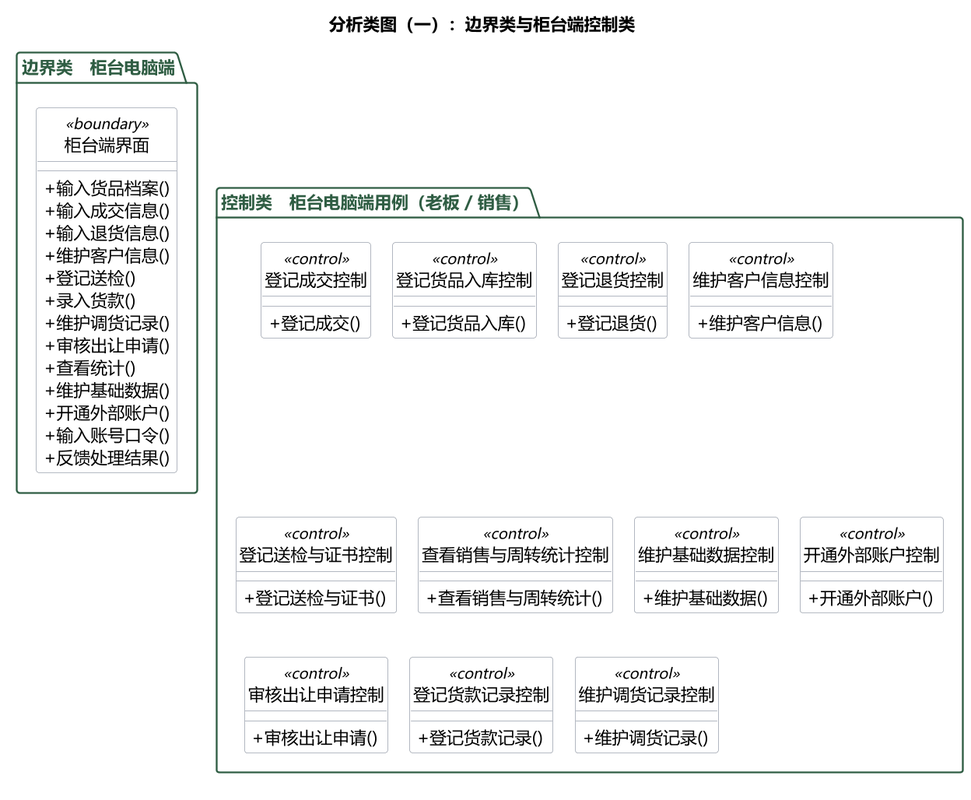
rosefinch55/jade-store-system keeps this PlantUML diagram as docs/figs/analysis/05a-boundary-control-class.png. Above is the earlier version. The source it was exported from:
```plantuml
@startuml
!pragma layout smetana
skinparam backgroundColor #FFFFFF
skinparam defaultFontName "Microsoft YaHei"
skinparam dpi 150
skinparam shadowing false
skinparam nodesep 14
skinparam ranksep 24
skinparam ArrowColor #374151
skinparam PackageBorderColor #2F5D43
skinparam PackageFontColor #2F5D43
skinparam classBorderColor #9CA3AF
skinparam classAttributeIconSize 0
hide circle
skinparam classBackgroundColor #FFFFFF

title 分析类图（一）：边界类与柜台端控制类


package "边界类　柜台电脑端" {
  class "柜台端界面" as B1 <<boundary>> {
    + 输入货品档案()
    + 输入成交信息()
    + 输入退货信息()
    + 维护客户信息()
    + 登记送检()
    + 录入货款()
    + 维护调货记录()
    + 审核出让申请()
    + 查看统计()
    + 维护基础数据()
    + 开通外部账户()
    + 输入账号口令()
    + 反馈处理结果()
  }
}

package "控制类　柜台电脑端用例（老板 / 销售）" {
  class "登记成交控制" as K01 <<control>> {
    + 登记成交()
  }
  class "登记货品入库控制" as K02 <<control>> {
    + 登记货品入库()
  }
  class "登记退货控制" as K03 <<control>> {
    + 登记退货()
  }
  class "维护客户信息控制" as K04 <<control>> {
    + 维护客户信息()
  }
  class "登记送检与证书控制" as K05 <<control>> {
    + 登记送检与证书()
  }
  class "查看销售与周转统计控制" as K06 <<control>> {
    + 查看销售与周转统计()
  }
  class "维护基础数据控制" as K07 <<control>> {
    + 维护基础数据()
  }
  class "开通外部账户控制" as K12 <<control>> {
    + 开通外部账户()
  }
  class "审核出让申请控制" as K18 <<control>> {
    + 审核出让申请()
  }
  class "登记货款记录控制" as K19 <<control>> {
    + 登记货款记录()
  }
  class "维护调货记录控制" as K20 <<control>> {
    + 维护调货记录()
  }
}
@enduml
```
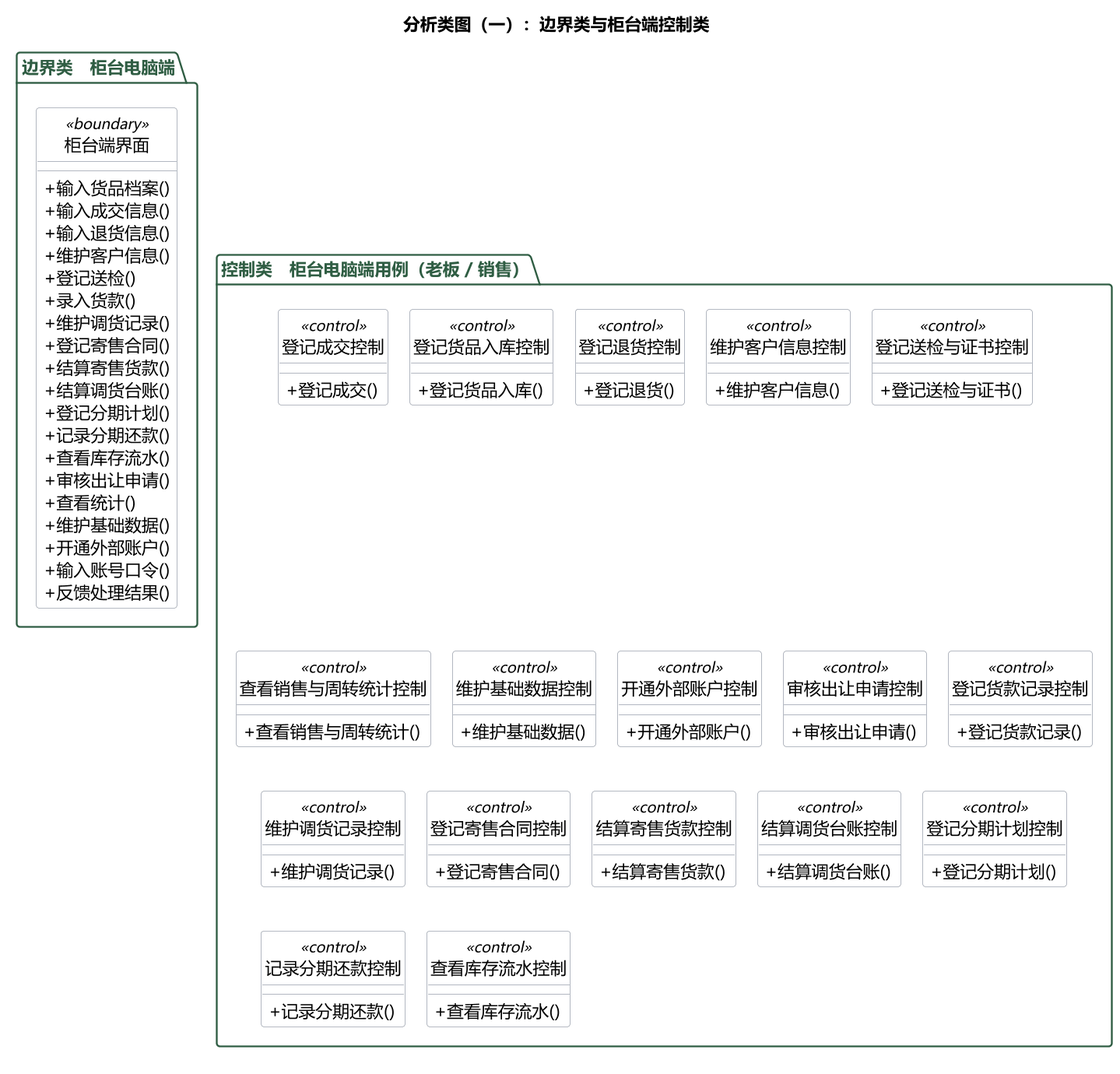
The same diagram one commit later.

Diff of the diagram source:
```diff
@@ -26,6 +26,12 @@
     + 登记送检()
     + 录入货款()
     + 维护调货记录()
+    + 登记寄售合同()
+    + 结算寄售货款()
+    + 结算调货台账()
+    + 登记分期计划()
+    + 记录分期还款()
+    + 查看库存流水()
     + 审核出让申请()
     + 查看统计()
     + 维护基础数据()
@@ -69,5 +75,23 @@
   class "维护调货记录控制" as K20 <<control>> {
     + 维护调货记录()
   }
+  class "登记寄售合同控制" as K21 <<control>> {
+    + 登记寄售合同()
+  }
+  class "结算寄售货款控制" as K22 <<control>> {
+    + 结算寄售货款()
+  }
+  class "结算调货台账控制" as K23 <<control>> {
+    + 结算调货台账()
+  }
+  class "登记分期计划控制" as K24 <<control>> {
+    + 登记分期计划()
+  }
+  class "记录分期还款控制" as K25 <<control>> {
+    + 记录分期还款()
+  }
+  class "查看库存流水控制" as K26 <<control>> {
+    + 查看库存流水()
+  }
 }
 @enduml
```
